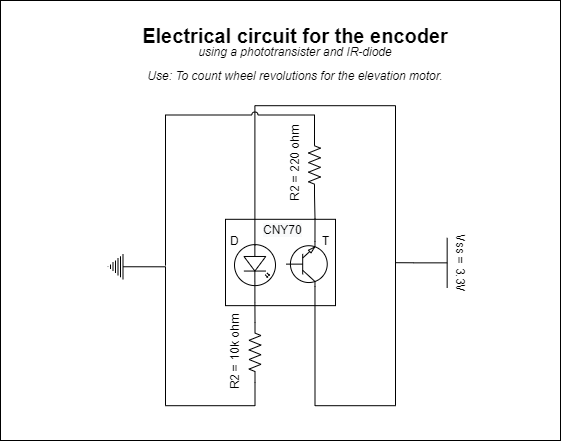
devantler/software-engineering-f22-shared keeps this draw.io diagram as SemesterProject/docs/diagrams/encoder.png. Above is the earlier version. Source tidied: cells renumbered, new cells last; positions are measured from the earlier drawing's top-left corner, leaving out a move shared by most shapes.
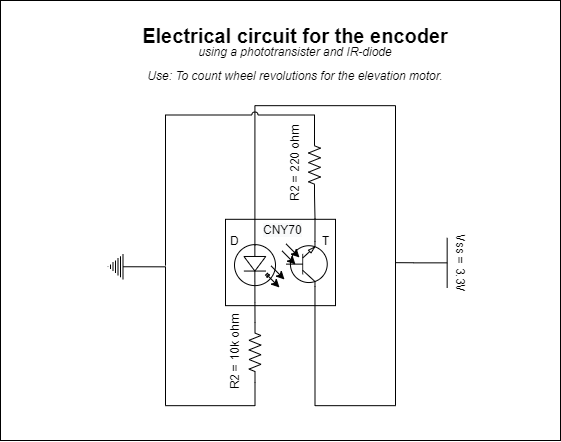
Above is the later version.

The edit, as a diff of the source:
```diff
@@ -88,5 +88,29 @@
     <mxCell id="23" value="&lt;font style=&quot;font-size: 12px&quot;&gt;&lt;i&gt;using a phototransister and IR-diode&lt;br&gt;Use: To count wheel revolutions for the elevation motor.&lt;/i&gt;&lt;/font&gt;" style="text;html=1;strokeColor=none;fillColor=none;align=center;verticalAlign=middle;whiteSpace=wrap;rounded=0;fontSize=20;" parent="1" vertex="1">
       <mxGeometry x="136.2" y="50" width="317.5" height="20" as="geometry" />
     </mxCell>
+    <mxCell id="24" style="endArrow=classic;html=1;rounded=0;exitX=0.861;exitY=0.092;exitDx=0;exitDy=0;exitPerimeter=0;" parent="1" edge="1">
+      <mxGeometry relative="1" as="geometry">
+        <mxPoint x="265.6" y="273.4" as="sourcePoint" />
+        <mxPoint x="279" y="287" as="targetPoint" />
+      </mxGeometry>
+    </mxCell>
+    <mxCell id="25" style="endArrow=classic;html=1;rounded=0;exitX=0.861;exitY=0.092;exitDx=0;exitDy=0;exitPerimeter=0;" parent="1" edge="1">
+      <mxGeometry relative="1" as="geometry">
+        <mxPoint x="270.6" y="265.4" as="sourcePoint" />
+        <mxPoint x="284" y="279" as="targetPoint" />
+      </mxGeometry>
+    </mxCell>
+    <mxCell id="26" style="endArrow=classic;html=1;rounded=0;exitX=0.861;exitY=0.092;exitDx=0;exitDy=0;exitPerimeter=0;" parent="1" edge="1">
+      <mxGeometry relative="1" as="geometry">
+        <mxPoint x="285.6" y="243.4" as="sourcePoint" />
+        <mxPoint x="299" y="257" as="targetPoint" />
+      </mxGeometry>
+    </mxCell>
+    <mxCell id="27" style="endArrow=classic;html=1;rounded=0;exitX=0.861;exitY=0.092;exitDx=0;exitDy=0;exitPerimeter=0;" parent="1" edge="1">
+      <mxGeometry relative="1" as="geometry">
+        <mxPoint x="281.6" y="250.4" as="sourcePoint" />
+        <mxPoint x="295" y="264" as="targetPoint" />
+      </mxGeometry>
+    </mxCell>
   </root>
 </mxGraphModel>
```
